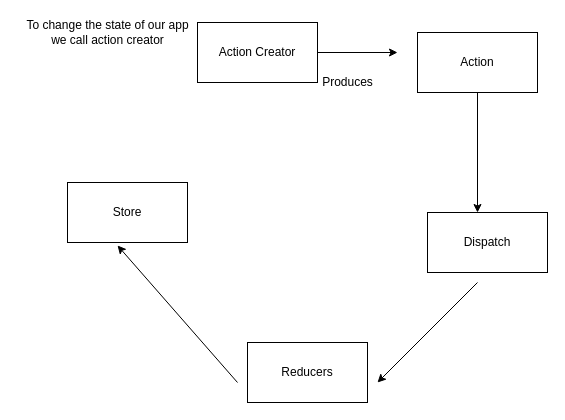
Before: redux-action.drawio in sunitha1022/react-redux, a draw.io diagram. Source tidied: cells renumbered, new cells numbered last; positions are measured from the earlier drawing's top-left corner, leaving out a move shared by most shapes. Both pictures are drawn from the tidied source at 100%, with x=0, y=0 at pixel (17, 17).
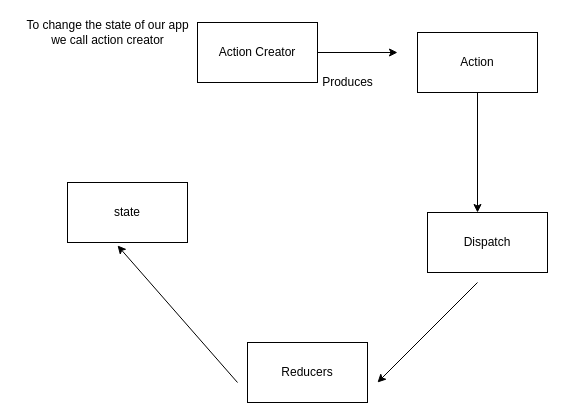
Above is the later version.

Change to the diagram source:
```diff
@@
 <mxGraphModel>
   <root>
     <mxCell id="0" />
     <mxCell id="1" parent="0" />
     <mxCell id="2" value="Action Creator" style="rounded=0;whiteSpace=wrap;html=1;" parent="1" vertex="1">
       <mxGeometry x="180" y="5" width="120" height="60" as="geometry" />
     </mxCell>
     <mxCell id="3" value="To change the state of our app &lt;br&gt;we call action creator" style="text;html=1;align=center;verticalAlign=middle;" parent="1" vertex="1">
       <mxGeometry width="180" height="30" as="geometry" />
     </mxCell>
     <mxCell id="4" style="endArrow=classic;html=1;exitX=1;exitY=0.5;exitDx=0;exitDy=0;" parent="1" edge="1" source="2">
       <mxGeometry relative="1" as="geometry">
         <mxPoint x="380" y="35" as="targetPoint" />
       </mxGeometry>
     </mxCell>
     <mxCell id="5" value="Action" style="rounded=0;whiteSpace=wrap;html=1;" parent="1" vertex="1">
       <mxGeometry x="400" y="15" width="120" height="60" as="geometry" />
     </mxCell>
     <mxCell id="6" value="Produces" style="text;html=1;align=center;verticalAlign=middle;" parent="1" vertex="1">
       <mxGeometry x="295" y="55" width="70" height="20" as="geometry" />
     </mxCell>
     <mxCell id="7" style="endArrow=classic;html=1;" parent="1" edge="1" source="5">
       <mxGeometry relative="1" as="geometry">
         <mxPoint x="460" y="195" as="targetPoint" />
       </mxGeometry>
     </mxCell>
     <mxCell id="8" value="Dispatch" style="rounded=0;whiteSpace=wrap;html=1;" parent="1" vertex="1">
       <mxGeometry x="410" y="195" width="120" height="60" as="geometry" />
     </mxCell>
     <mxCell id="9" value="Reducers" style="rounded=0;whiteSpace=wrap;html=1;" parent="1" vertex="1">
       <mxGeometry x="230" y="325" width="120" height="60" as="geometry" />
     </mxCell>
     <mxCell id="10" style="endArrow=classic;html=1;" parent="1" edge="1">
       <mxGeometry relative="1" as="geometry">
         <mxPoint x="460" y="265" as="sourcePoint" />
         <mxPoint x="360" y="365" as="targetPoint" />
       </mxGeometry>
     </mxCell>
-    <mxCell id="11" value="Store" style="rounded=0;whiteSpace=wrap;html=1;" parent="1" vertex="1">
+    <mxCell id="11" value="state" style="rounded=0;whiteSpace=wrap;html=1;" parent="1" vertex="1">
       <mxGeometry x="50" y="165" width="120" height="60" as="geometry" />
     </mxCell>
     <mxCell id="12" style="endArrow=classic;html=1;entryX=0.417;entryY=1.05;entryDx=0;entryDy=0;entryPerimeter=0;" parent="1" edge="1" target="11">
       <mxGeometry relative="1" as="geometry">
         <mxPoint x="220" y="365" as="sourcePoint" />
       </mxGeometry>
     </mxCell>
   </root>
 </mxGraphModel>
```
